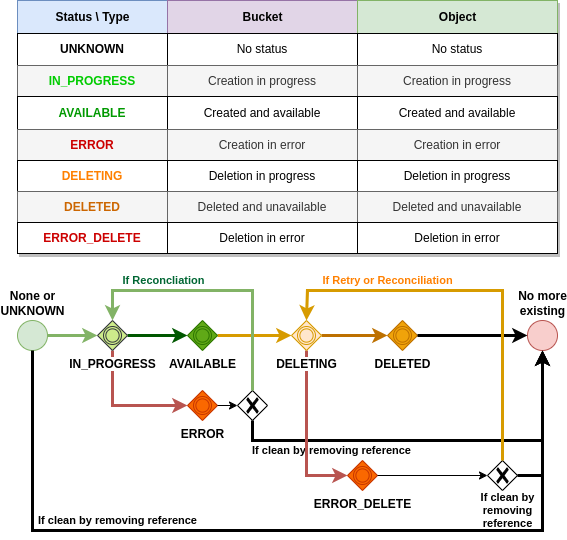
Above: ccs-doc/src/source/images/clone-cloud-store-diagram-Status.drawio.png in fredericBregier/clone-cloud-store (draw.io), before the change. Source tidied: cells renumbered, new cells last; positions are measured from the earlier drawing's top-left corner, leaving out a move shared by most shapes.
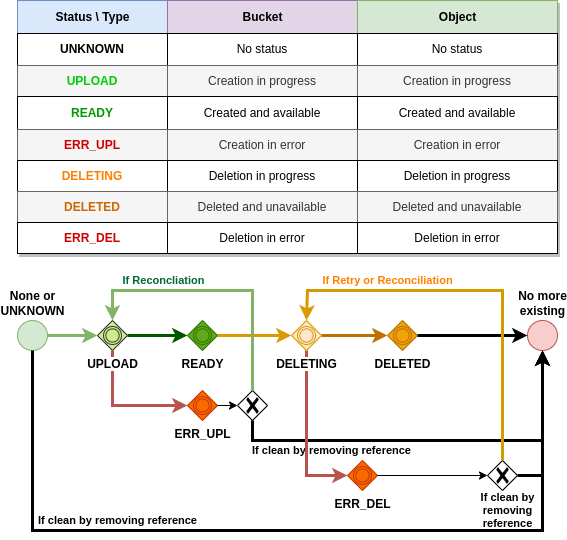
After the change.

What changed in the source:
```diff
@@ -32,7 +32,7 @@
     <mxCell id="11" style="shape=tableRow;horizontal=0;startSize=0;swimlaneHead=0;swimlaneBody=0;top=0;left=0;bottom=0;right=0;fontStyle=1;strokeColor=inherit;fillColor=#EAF2D3;" parent="2" vertex="1">
       <mxGeometry y="65" width="540" height="31" as="geometry" />
     </mxCell>
-    <mxCell id="12" value="IN_PROGRESS" style="strokeColor=#666666;fillColor=#f5f5f5;whiteSpace=wrap;html=1;fontColor=#00CC00;fontStyle=1;" parent="11" vertex="1">
+    <mxCell id="12" value="UPLOAD" style="strokeColor=#666666;fillColor=#f5f5f5;whiteSpace=wrap;html=1;fontColor=#00CC00;fontStyle=1;" parent="11" vertex="1">
       <mxGeometry width="150" height="31" as="geometry" />
     </mxCell>
     <mxCell id="13" value="Creation in progress" style="strokeColor=#666666;fillColor=#f5f5f5;whiteSpace=wrap;html=1;fontColor=#333333;" parent="11" vertex="1">
@@ -44,7 +44,7 @@
     <mxCell id="15" style="shape=tableRow;horizontal=0;startSize=0;swimlaneHead=0;swimlaneBody=0;top=0;left=0;bottom=0;right=0;fontStyle=0;strokeColor=inherit;fillColor=#ffffff;" parent="2" vertex="1">
       <mxGeometry y="96" width="540" height="33" as="geometry" />
     </mxCell>
-    <mxCell id="16" value="AVAILABLE" style="fontStyle=1;align=center;whiteSpace=wrap;html=1;fontColor=#009900;" parent="15" vertex="1">
+    <mxCell id="16" value="READY" style="fontStyle=1;align=center;whiteSpace=wrap;html=1;fontColor=#009900;" parent="15" vertex="1">
       <mxGeometry width="150" height="33" as="geometry" />
     </mxCell>
     <mxCell id="17" value="Created and available" style="fontStyle=0;align=center;whiteSpace=wrap;html=1;" parent="15" vertex="1">
@@ -56,7 +56,7 @@
     <mxCell id="19" style="shape=tableRow;horizontal=0;startSize=0;swimlaneHead=0;swimlaneBody=0;top=0;left=0;bottom=0;right=0;fontStyle=1;strokeColor=inherit;fillColor=#EAF2D3;" parent="2" vertex="1">
       <mxGeometry y="129" width="540" height="31" as="geometry" />
     </mxCell>
-    <mxCell id="20" value="ERROR" style="strokeColor=#666666;fillColor=#f5f5f5;whiteSpace=wrap;html=1;fontColor=#CC0000;fontStyle=1;" parent="19" vertex="1">
+    <mxCell id="20" value="ERR_UPL" style="strokeColor=#666666;fillColor=#f5f5f5;whiteSpace=wrap;html=1;fontColor=#CC0000;fontStyle=1;" parent="19" vertex="1">
       <mxGeometry width="150" height="31" as="geometry" />
     </mxCell>
     <mxCell id="21" value="Creation in error" style="strokeColor=#666666;fillColor=#f5f5f5;whiteSpace=wrap;html=1;fontColor=#333333;" parent="19" vertex="1">
@@ -92,7 +92,7 @@
     <mxCell id="31" style="shape=tableRow;horizontal=0;startSize=0;swimlaneHead=0;swimlaneBody=0;top=0;left=0;bottom=0;right=0;fontStyle=1;strokeColor=inherit;fillColor=#EAF2D3;" parent="2" vertex="1">
       <mxGeometry y="222" width="540" height="31" as="geometry" />
     </mxCell>
-    <mxCell id="32" value="ERROR_DELETE" style="whiteSpace=wrap;html=1;fontStyle=1;fontColor=#CC0000;" parent="31" vertex="1">
+    <mxCell id="32" value="ERR_DEL" style="whiteSpace=wrap;html=1;fontStyle=1;fontColor=#CC0000;" parent="31" vertex="1">
       <mxGeometry width="150" height="31" as="geometry" />
     </mxCell>
     <mxCell id="33" value="Deletion in error" style="whiteSpace=wrap;html=1;" parent="31" vertex="1">
@@ -113,7 +113,7 @@
     <mxCell id="38" style="edgeStyle=orthogonalEdgeStyle;rounded=0;jettySize=auto;html=1;exitX=1;exitY=0.5;exitDx=0;exitDy=0;exitPerimeter=0;strokeWidth=3;fillColor=#ffe6cc;strokeColor=#d79b00;" parent="1" edge="1" source="39" target="56">
       <mxGeometry relative="1" as="geometry" />
     </mxCell>
-    <mxCell id="39" value="&lt;font color=&quot;#000000&quot;&gt;&lt;b&gt;AVAILABLE&lt;/b&gt;&lt;/font&gt;" style="points=[[0.25,0.25,0],[0.5,0,0],[0.75,0.25,0],[1,0.5,0],[0.75,0.75,0],[0.5,1,0],[0.25,0.75,0],[0,0.5,0]];shape=mxgraph.bpmn.gateway2;html=1;verticalLabelPosition=bottom;labelBackgroundColor=#ffffff;verticalAlign=top;align=center;perimeter=rhombusPerimeter;outlineConnect=0;outline=throwing;symbol=general;fillColor=#60a917;fontColor=#ffffff;strokeColor=#2D7600;" parent="1" vertex="1">
+    <mxCell id="39" value="&lt;font color=&quot;#000000&quot;&gt;&lt;b&gt;READY&lt;/b&gt;&lt;/font&gt;" style="points=[[0.25,0.25,0],[0.5,0,0],[0.75,0.25,0],[1,0.5,0],[0.75,0.75,0],[0.5,1,0],[0.25,0.75,0],[0,0.5,0]];shape=mxgraph.bpmn.gateway2;html=1;verticalLabelPosition=bottom;labelBackgroundColor=#ffffff;verticalAlign=top;align=center;perimeter=rhombusPerimeter;outlineConnect=0;outline=throwing;symbol=general;fillColor=#60a917;fontColor=#ffffff;strokeColor=#2D7600;" parent="1" vertex="1">
       <mxGeometry x="170" y="320" width="30" height="30" as="geometry" />
     </mxCell>
     <mxCell id="40" style="edgeStyle=orthogonalEdgeStyle;rounded=0;jettySize=auto;html=1;exitX=1;exitY=0.5;exitDx=0;exitDy=0;exitPerimeter=0;entryX=0;entryY=0.5;entryDx=0;entryDy=0;entryPerimeter=0;strokeWidth=3;fillColor=#008a00;strokeColor=#005700;" parent="1" edge="1" source="57" target="39">
@@ -128,13 +128,13 @@
     <mxCell id="43" style="edgeStyle=orthogonalEdgeStyle;rounded=0;jettySize=auto;html=1;exitX=1;exitY=0.5;exitDx=0;exitDy=0;exitPerimeter=0;entryX=0;entryY=0.5;entryDx=0;entryDy=0;entryPerimeter=0;strokeWidth=3;" parent="1" edge="1" source="41" target="35">
       <mxGeometry relative="1" as="geometry" />
     </mxCell>
-    <mxCell id="44" value="ERROR" style="points=[[0.25,0.25,0],[0.5,0,0],[0.75,0.25,0],[1,0.5,0],[0.75,0.75,0],[0.5,1,0],[0.25,0.75,0],[0,0.5,0]];shape=mxgraph.bpmn.gateway2;html=1;verticalLabelPosition=bottom;labelBackgroundColor=#ffffff;verticalAlign=top;align=center;perimeter=rhombusPerimeter;outlineConnect=0;outline=throwing;symbol=general;fillColor=#fa6800;fontColor=#000000;strokeColor=#C73500;fontStyle=1;" parent="1" vertex="1">
+    <mxCell id="44" value="ERR_UPL" style="points=[[0.25,0.25,0],[0.5,0,0],[0.75,0.25,0],[1,0.5,0],[0.75,0.75,0],[0.5,1,0],[0.25,0.75,0],[0,0.5,0]];shape=mxgraph.bpmn.gateway2;html=1;verticalLabelPosition=bottom;labelBackgroundColor=#ffffff;verticalAlign=top;align=center;perimeter=rhombusPerimeter;outlineConnect=0;outline=throwing;symbol=general;fillColor=#fa6800;fontColor=#000000;strokeColor=#C73500;fontStyle=1;" parent="1" vertex="1">
       <mxGeometry x="170" y="390" width="30" height="30" as="geometry" />
     </mxCell>
     <mxCell id="45" style="edgeStyle=orthogonalEdgeStyle;rounded=0;jettySize=auto;html=1;exitX=0.5;exitY=1;exitDx=0;exitDy=0;exitPerimeter=0;entryX=0;entryY=0.5;entryDx=0;entryDy=0;entryPerimeter=0;fillColor=#f8cecc;strokeColor=#b85450;strokeWidth=3;" parent="1" edge="1" source="57" target="44">
       <mxGeometry relative="1" as="geometry" />
     </mxCell>
-    <mxCell id="46" value="ERROR_DELETE" style="points=[[0.25,0.25,0],[0.5,0,0],[0.75,0.25,0],[1,0.5,0],[0.75,0.75,0],[0.5,1,0],[0.25,0.75,0],[0,0.5,0]];shape=mxgraph.bpmn.gateway2;html=1;verticalLabelPosition=bottom;labelBackgroundColor=#ffffff;verticalAlign=top;align=center;perimeter=rhombusPerimeter;outlineConnect=0;outline=throwing;symbol=general;fillColor=#fa6800;strokeColor=#C73500;fontColor=#000000;fontStyle=1;" parent="1" vertex="1">
+    <mxCell id="46" value="ERR_DEL" style="points=[[0.25,0.25,0],[0.5,0,0],[0.75,0.25,0],[1,0.5,0],[0.75,0.75,0],[0.5,1,0],[0.25,0.75,0],[0,0.5,0]];shape=mxgraph.bpmn.gateway2;html=1;verticalLabelPosition=bottom;labelBackgroundColor=#ffffff;verticalAlign=top;align=center;perimeter=rhombusPerimeter;outlineConnect=0;outline=throwing;symbol=general;fillColor=#fa6800;strokeColor=#C73500;fontColor=#000000;fontStyle=1;" parent="1" vertex="1">
       <mxGeometry x="330" y="460" width="30" height="30" as="geometry" />
     </mxCell>
     <mxCell id="47" value="If clean by removing reference" style="edgeStyle=orthogonalEdgeStyle;rounded=0;jettySize=auto;html=1;exitX=0.5;exitY=1;exitDx=0;exitDy=0;exitPerimeter=0;entryX=0.5;entryY=1;entryDx=0;entryDy=0;entryPerimeter=0;strokeWidth=3;fontStyle=1;" parent="1" edge="1" source="48" target="35">
@@ -184,7 +184,7 @@
     <mxCell id="56" value="DELETING" style="points=[[0.25,0.25,0],[0.5,0,0],[0.75,0.25,0],[1,0.5,0],[0.75,0.75,0],[0.5,1,0],[0.25,0.75,0],[0,0.5,0]];shape=mxgraph.bpmn.gateway2;html=1;verticalLabelPosition=bottom;labelBackgroundColor=#ffffff;verticalAlign=top;align=center;perimeter=rhombusPerimeter;outlineConnect=0;outline=throwing;symbol=general;fillColor=#ffe6cc;strokeColor=#d79b00;fontStyle=1;" parent="1" vertex="1">
       <mxGeometry x="274" y="320" width="30" height="30" as="geometry" />
     </mxCell>
-    <mxCell id="57" value="IN_PROGRESS" style="points=[[0.25,0.25,0],[0.5,0,0],[0.75,0.25,0],[1,0.5,0],[0.75,0.75,0],[0.5,1,0],[0.25,0.75,0],[0,0.5,0]];shape=mxgraph.bpmn.gateway2;html=1;verticalLabelPosition=bottom;labelBackgroundColor=#ffffff;verticalAlign=top;align=center;perimeter=rhombusPerimeter;outlineConnect=0;outline=throwing;symbol=general;fillColor=#cdeb8b;strokeColor=#36393d;fontStyle=1;" parent="1" vertex="1">
+    <mxCell id="57" value="UPLOAD" style="points=[[0.25,0.25,0],[0.5,0,0],[0.75,0.25,0],[1,0.5,0],[0.75,0.75,0],[0.5,1,0],[0.25,0.75,0],[0,0.5,0]];shape=mxgraph.bpmn.gateway2;html=1;verticalLabelPosition=bottom;labelBackgroundColor=#ffffff;verticalAlign=top;align=center;perimeter=rhombusPerimeter;outlineConnect=0;outline=throwing;symbol=general;fillColor=#cdeb8b;strokeColor=#36393d;fontStyle=1;" parent="1" vertex="1">
       <mxGeometry x="80" y="320" width="30" height="30" as="geometry" />
     </mxCell>
     <mxCell id="58" value="If clean by removing reference" style="edgeStyle=orthogonalEdgeStyle;rounded=0;jettySize=auto;html=1;exitX=0.5;exitY=1;exitDx=0;exitDy=0;exitPerimeter=0;entryX=0.5;entryY=1;entryDx=0;entryDy=0;entryPerimeter=0;strokeWidth=3;fontStyle=1;" parent="1" edge="1" source="36" target="35">
```
